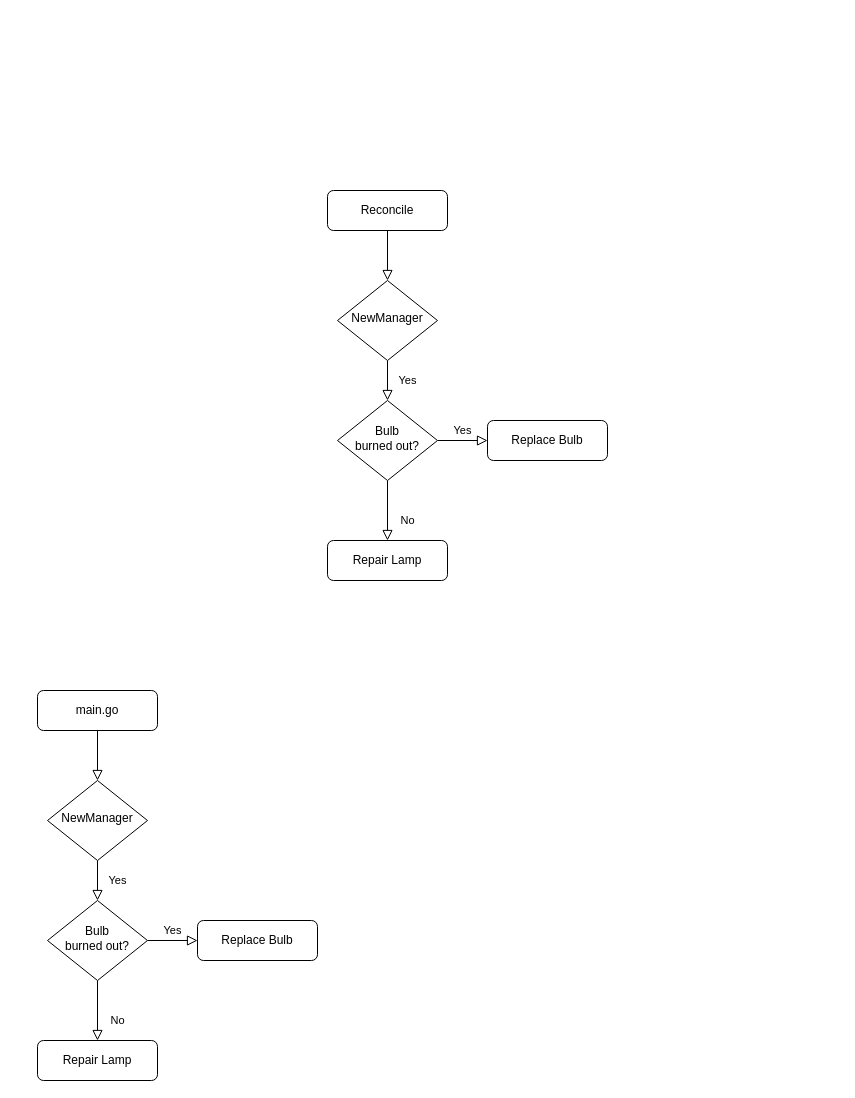
Tomoku-dm/diagrams_file keeps this draw.io diagram as cronhpa-controller.drawio. Above is the earlier version. Source tidied: cells renumbered, new cells numbered last; positions are measured from the earlier drawing's top-left corner, leaving out a move shared by most shapes. Both pictures are drawn from the tidied source at 100%, with x=0, y=0 at pixel (37, 190).
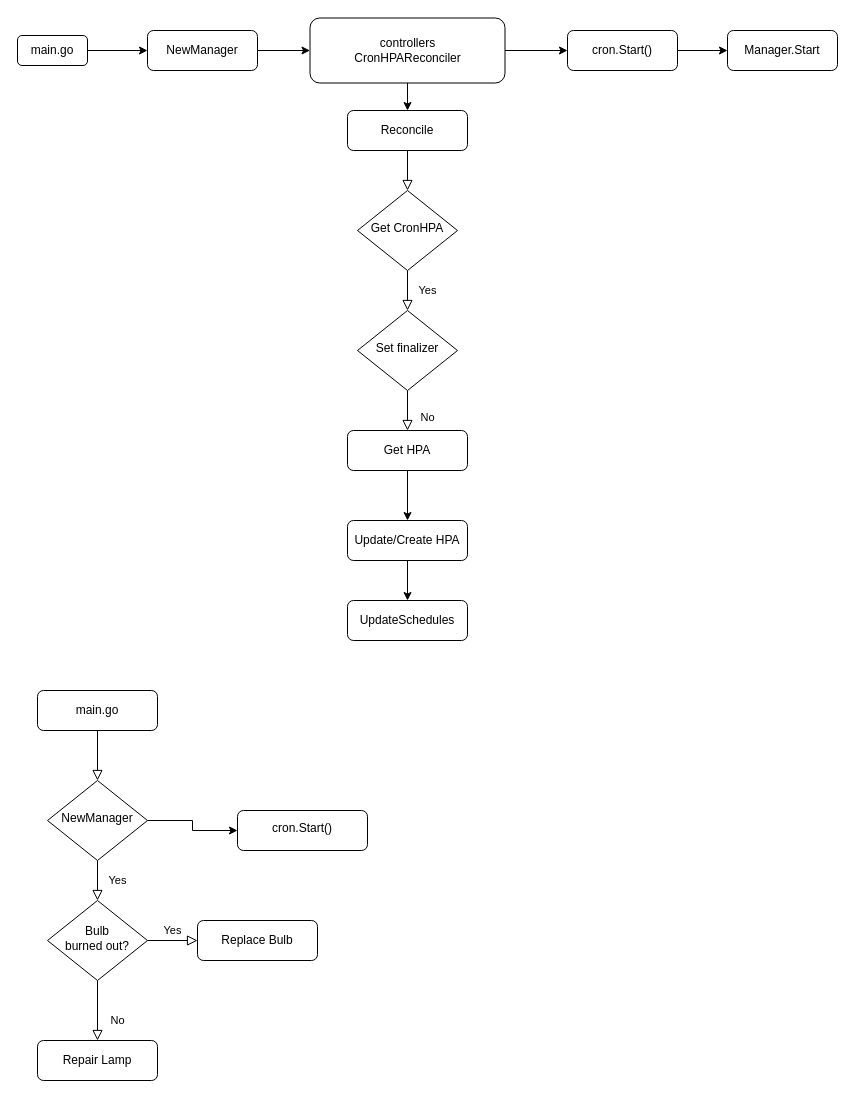
After the change.

Unchanged cells that the change refers to:
```xml
<mxCell id="5" value="NewManager" style="rhombus;whiteSpace=wrap;html=1;shadow=0;fontFamily=Helvetica;fontSize=12;align=center;strokeWidth=1;spacing=6;spacingTop=-4;" parent="1" vertex="1">
  <mxGeometry x="10" y="590" width="100" height="80" as="geometry" />
</mxCell>
```

What changed in the source:
```diff
@@
+    <mxCell id="20" style="edgeStyle=orthogonalEdgeStyle;rounded=0;jettySize=auto;html=1;" parent="1" edge="1" source="5" target="25">
+      <mxGeometry relative="1" as="geometry" />
+    </mxCell>
@@
     <mxCell id="12" value="Reconcile" style="rounded=1;whiteSpace=wrap;html=1;fontSize=12;glass=0;strokeWidth=1;shadow=0;" parent="1" vertex="1">
-      <mxGeometry x="290" width="120" height="40" as="geometry" />
+      <mxGeometry x="310" y="-80" width="120" height="40" as="geometry" />
     </mxCell>
@@
-    <mxCell id="14" value="NewManager" style="rhombus;whiteSpace=wrap;html=1;shadow=0;fontFamily=Helvetica;fontSize=12;align=center;strokeWidth=1;spacing=6;spacingTop=-4;" parent="1" vertex="1">
-      <mxGeometry x="300" y="90" width="100" height="80" as="geometry" />
+    <mxCell id="14" value="Get CronHPA" style="rhombus;whiteSpace=wrap;html=1;shadow=0;fontFamily=Helvetica;fontSize=12;align=center;strokeWidth=1;spacing=6;spacingTop=-4;" parent="1" vertex="1">
+      <mxGeometry x="320" width="100" height="80" as="geometry" />
     </mxCell>
@@
-    <mxCell id="16" value="Yes" style="edgeStyle=orthogonalEdgeStyle;rounded=0;html=1;jettySize=auto;fontSize=11;endArrow=block;endFill=0;endSize=8;strokeWidth=1;shadow=0;labelBackgroundColor=none;" parent="1" edge="1" source="17" target="19">
-      <mxGeometry y="10" relative="1" as="geometry" />
-    </mxCell>
-    <mxCell id="17" value="Bulb&lt;br&gt;burned out?" style="rhombus;whiteSpace=wrap;html=1;shadow=0;fontFamily=Helvetica;fontSize=12;align=center;strokeWidth=1;spacing=6;spacingTop=-4;" parent="1" vertex="1">
-      <mxGeometry x="300" y="210" width="100" height="80" as="geometry" />
+    <mxCell id="17" value="Set finalizer" style="rhombus;whiteSpace=wrap;html=1;shadow=0;fontFamily=Helvetica;fontSize=12;align=center;strokeWidth=1;spacing=6;spacingTop=-4;" parent="1" vertex="1">
+      <mxGeometry x="320" y="120" width="100" height="80" as="geometry" />
     </mxCell>
+    <mxCell id="21" style="edgeStyle=orthogonalEdgeStyle;rounded=0;jettySize=auto;html=1;" parent="1" edge="1" source="18" target="23">
+      <mxGeometry relative="1" as="geometry" />
+    </mxCell>
-    <mxCell id="18" value="Repair Lamp" style="rounded=1;whiteSpace=wrap;html=1;fontSize=12;glass=0;strokeWidth=1;shadow=0;" parent="1" vertex="1">
-      <mxGeometry x="290" y="350" width="120" height="40" as="geometry" />
+    <mxCell id="18" value="Get HPA" style="rounded=1;whiteSpace=wrap;html=1;fontSize=12;glass=0;strokeWidth=1;shadow=0;" parent="1" vertex="1">
+      <mxGeometry x="310" y="240" width="120" height="40" as="geometry" />
     </mxCell>
-    <mxCell id="19" value="Replace Bulb" style="rounded=1;whiteSpace=wrap;html=1;fontSize=12;glass=0;strokeWidth=1;shadow=0;" parent="1" vertex="1">
-      <mxGeometry x="450" y="230" width="120" height="40" as="geometry" />
-    </mxCell>
+    <mxCell id="22" style="edgeStyle=orthogonalEdgeStyle;rounded=0;jettySize=auto;html=1;" parent="1" edge="1" source="23" target="24">
+      <mxGeometry relative="1" as="geometry" />
+    </mxCell>
+    <mxCell id="23" value="Update/Create HPA" style="rounded=1;whiteSpace=wrap;html=1;fontSize=12;glass=0;strokeWidth=1;shadow=0;" parent="1" vertex="1">
+      <mxGeometry x="310" y="330" width="120" height="40" as="geometry" />
+    </mxCell>
+    <mxCell id="24" value="UpdateSchedules" style="rounded=1;whiteSpace=wrap;html=1;fontSize=12;glass=0;strokeWidth=1;shadow=0;" parent="1" vertex="1">
+      <mxGeometry x="310" y="410" width="120" height="40" as="geometry" />
+    </mxCell>
+    <mxCell id="25" value="cron.Start()" style="rounded=1;whiteSpace=wrap;html=1;shadow=0;strokeWidth=1;spacing=6;spacingTop=-4;" parent="1" vertex="1">
+      <mxGeometry x="200" y="620" width="130" height="40" as="geometry" />
+    </mxCell>
+    <mxCell id="26" style="edgeStyle=orthogonalEdgeStyle;rounded=0;jettySize=auto;html=1;" parent="1" edge="1" source="27" target="29">
+      <mxGeometry relative="1" as="geometry" />
+    </mxCell>
+    <mxCell id="27" value="main.go" style="rounded=1;whiteSpace=wrap;html=1;fontSize=12;glass=0;strokeWidth=1;shadow=0;" parent="1" vertex="1">
+      <mxGeometry x="-20" y="-155" width="70" height="30" as="geometry" />
+    </mxCell>
+    <mxCell id="28" style="edgeStyle=orthogonalEdgeStyle;rounded=0;jettySize=auto;html=1;" parent="1" edge="1" source="29" target="32">
+      <mxGeometry relative="1" as="geometry" />
+    </mxCell>
+    <mxCell id="29" value="NewManager" style="rounded=1;whiteSpace=wrap;html=1;fontSize=12;glass=0;strokeWidth=1;shadow=0;" parent="1" vertex="1">
+      <mxGeometry x="110" y="-160" width="110" height="40" as="geometry" />
+    </mxCell>
+    <mxCell id="30" style="edgeStyle=orthogonalEdgeStyle;rounded=0;jettySize=auto;html=1;" parent="1" edge="1" source="32" target="12">
+      <mxGeometry relative="1" as="geometry" />
+    </mxCell>
+    <mxCell id="31" style="edgeStyle=orthogonalEdgeStyle;rounded=0;jettySize=auto;html=1;" parent="1" edge="1" source="32" target="35">
+      <mxGeometry relative="1" as="geometry" />
+    </mxCell>
+    <mxCell id="32" value="controllers&lt;br&gt;CronHPAReconciler" style="rounded=1;whiteSpace=wrap;html=1;fontSize=12;glass=0;strokeWidth=1;shadow=0;" parent="1" vertex="1">
+      <mxGeometry x="272.5" y="-172.5" width="195" height="65" as="geometry" />
+    </mxCell>
+    <mxCell id="33" value="Manager.Start" style="rounded=1;whiteSpace=wrap;html=1;fontSize=12;glass=0;strokeWidth=1;shadow=0;" parent="1" vertex="1">
+      <mxGeometry x="690" y="-160" width="110" height="40" as="geometry" />
+    </mxCell>
+    <mxCell id="34" style="edgeStyle=orthogonalEdgeStyle;rounded=0;jettySize=auto;html=1;" parent="1" edge="1" source="35" target="33">
+      <mxGeometry relative="1" as="geometry" />
+    </mxCell>
+    <mxCell id="35" value="cron.Start()" style="rounded=1;whiteSpace=wrap;html=1;fontSize=12;glass=0;strokeWidth=1;shadow=0;" parent="1" vertex="1">
+      <mxGeometry x="530" y="-160" width="110" height="40" as="geometry" />
+    </mxCell>
```
